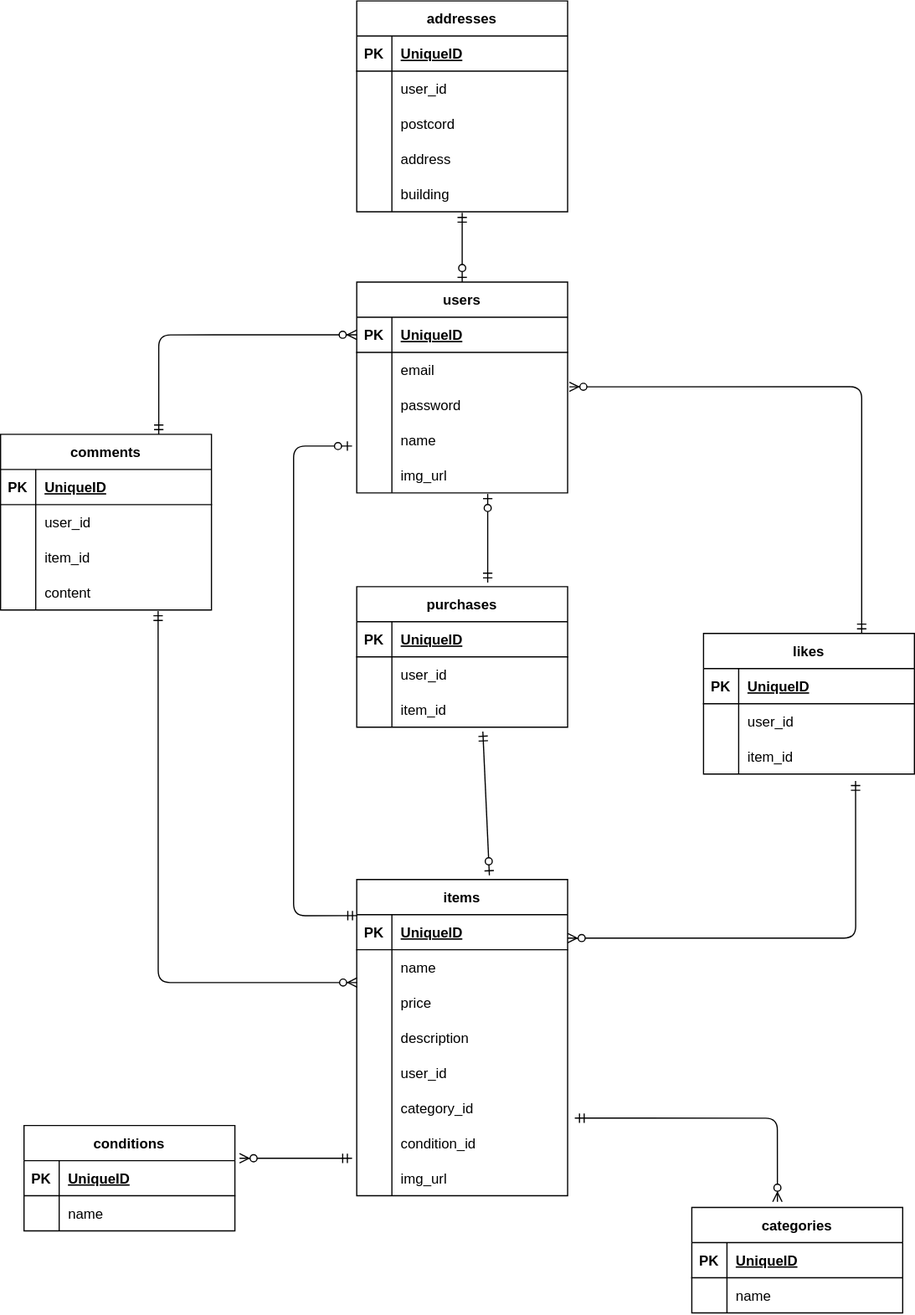
Earlier version of the draw.io export src/database/diagrams/er_diagram.svg (kobasikibo/coachtech-flea-market). Source tidied: cells renumbered, new cells last; positions are measured from the earlier drawing's top-left corner, leaving out a move shared by most shapes.
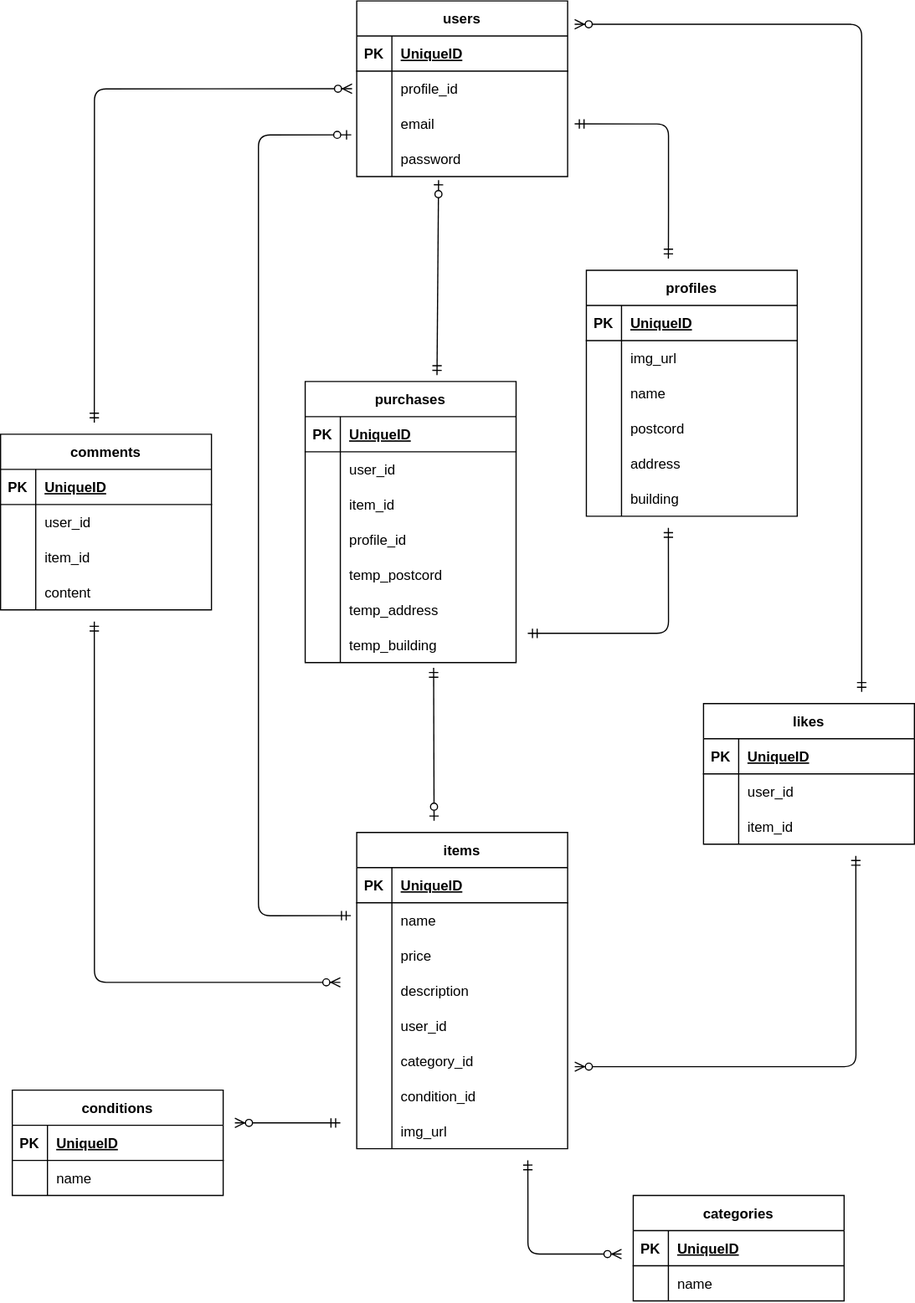
After the commit.

The edit, as a diff of the source:
```diff
@@ -5,3 +5,3 @@
     <mxCell id="2" value="users" style="shape=table;startSize=30;rowLines=0;fontStyle=1;align=center;" parent="1" vertex="1">
-      <mxGeometry x="304" y="240" width="180" height="180" as="geometry" />
+      <mxGeometry x="304" width="180" height="150" as="geometry" />
     </mxCell>
@@ -16,4 +16,13 @@
     </mxCell>
+    <mxCell id="116" style="shape=tableRow;horizontal=0;startSize=0;swimlaneHead=0;swimlaneBody=0;fillColor=none;top=0;left=0;right=0;bottom=0;" parent="2" vertex="1">
+      <mxGeometry y="60" width="180" height="30" as="geometry" />
+    </mxCell>
+    <mxCell id="117" style="shape=partialRectangle;fillColor=none;top=0;left=0;bottom=0;right=0;overflow=hidden;" parent="116" vertex="1">
+      <mxGeometry width="30" height="30" as="geometry" />
+    </mxCell>
+    <mxCell id="118" value="profile_id" style="shape=partialRectangle;fillColor=none;top=0;left=0;bottom=0;right=0;align=left;spacingLeft=6;overflow=hidden;" parent="116" vertex="1">
+      <mxGeometry x="30" width="150" height="30" as="geometry" />
+    </mxCell>
     <mxCell id="6" style="shape=tableRow;horizontal=0;startSize=0;swimlaneHead=0;swimlaneBody=0;fillColor=none;points=[[0,0.5],[1,0.5]];portConstraint=eastwest;top=0;left=0;right=0;bottom=0;" parent="2" vertex="1">
-      <mxGeometry y="60" width="180" height="30" as="geometry" />
+      <mxGeometry y="90" width="180" height="30" as="geometry" />
     </mxCell>
@@ -25,22 +34,4 @@
     </mxCell>
-    <mxCell id="9" style="shape=tableRow;horizontal=0;startSize=0;swimlaneHead=0;swimlaneBody=0;fillColor=none;top=0;left=0;right=0;bottom=0;" parent="2" vertex="1">
-      <mxGeometry y="90" width="180" height="30" as="geometry" />
-    </mxCell>
-    <mxCell id="10" style="shape=partialRectangle;fillColor=none;top=0;left=0;bottom=0;right=0;overflow=hidden;" parent="9" vertex="1">
-      <mxGeometry width="30" height="30" as="geometry" />
-    </mxCell>
-    <mxCell id="11" value="password" style="shape=partialRectangle;fillColor=none;top=0;left=0;bottom=0;right=0;align=left;spacingLeft=6;overflow=hidden;" parent="9" vertex="1">
-      <mxGeometry x="30" width="150" height="30" as="geometry" />
-    </mxCell>
-    <mxCell id="12" style="shape=tableRow;horizontal=0;startSize=0;swimlaneHead=0;swimlaneBody=0;fillColor=none;top=0;left=0;right=0;bottom=0;" parent="2" vertex="1">
-      <mxGeometry y="120" width="180" height="30" as="geometry" />
-    </mxCell>
-    <mxCell id="13" style="shape=partialRectangle;fillColor=none;top=0;left=0;bottom=0;right=0;overflow=hidden;" parent="12" vertex="1">
-      <mxGeometry width="30" height="30" as="geometry" />
-    </mxCell>
-    <mxCell id="14" value="name" style="shape=partialRectangle;fillColor=none;top=0;left=0;bottom=0;right=0;align=left;spacingLeft=6;overflow=hidden;" parent="12" vertex="1">
-      <mxGeometry x="30" width="150" height="30" as="geometry" />
-    </mxCell>
     <mxCell id="15" style="shape=tableRow;horizontal=0;startSize=0;swimlaneHead=0;swimlaneBody=0;fillColor=none;points=[[0,0.5],[1,0.5]];portConstraint=eastwest;top=0;left=0;right=0;bottom=0;" parent="2" vertex="1">
-      <mxGeometry y="150" width="180" height="30" as="geometry" />
+      <mxGeometry y="120" width="180" height="30" as="geometry" />
     </mxCell>
@@ -49,7 +40,7 @@
     </mxCell>
-    <mxCell id="17" value="img_url" style="shape=partialRectangle;fillColor=none;top=0;left=0;bottom=0;right=0;align=left;spacingLeft=6;overflow=hidden;" parent="15" vertex="1">
+    <mxCell id="17" value="password" style="shape=partialRectangle;fillColor=none;top=0;left=0;bottom=0;right=0;align=left;spacingLeft=6;overflow=hidden;" parent="15" vertex="1">
       <mxGeometry x="30" width="150" height="30" as="geometry" />
     </mxCell>
-    <mxCell id="18" value="addresses" style="shape=table;startSize=30;rowLines=0;fontStyle=1;align=center;" parent="1" vertex="1">
-      <mxGeometry x="304" width="180" height="180" as="geometry" />
+    <mxCell id="18" value="profiles" style="shape=table;startSize=30;rowLines=0;fontStyle=1;align=center;" parent="1" vertex="1">
+      <mxGeometry x="500" y="230" width="180" height="210" as="geometry" />
     </mxCell>
@@ -64,4 +55,13 @@
     </mxCell>
+    <mxCell id="119" style="shape=tableRow;horizontal=0;startSize=0;swimlaneHead=0;swimlaneBody=0;fillColor=none;top=0;left=0;right=0;bottom=0;" parent="18" vertex="1">
+      <mxGeometry y="60" width="180" height="30" as="geometry" />
+    </mxCell>
+    <mxCell id="120" style="shape=partialRectangle;fillColor=none;top=0;left=0;bottom=0;right=0;overflow=hidden;" parent="119" vertex="1">
+      <mxGeometry width="30" height="30" as="geometry" />
+    </mxCell>
+    <mxCell id="121" value="img_url" style="shape=partialRectangle;fillColor=none;top=0;left=0;bottom=0;right=0;align=left;spacingLeft=6;overflow=hidden;" parent="119" vertex="1">
+      <mxGeometry x="30" width="150" height="30" as="geometry" />
+    </mxCell>
     <mxCell id="22" style="shape=tableRow;horizontal=0;startSize=0;swimlaneHead=0;swimlaneBody=0;fillColor=none;top=0;left=0;right=0;bottom=0;" parent="18" vertex="1">
-      <mxGeometry y="60" width="180" height="30" as="geometry" />
+      <mxGeometry y="90" width="180" height="30" as="geometry" />
     </mxCell>
@@ -70,3 +70,3 @@
     </mxCell>
-    <mxCell id="24" value="user_id" style="shape=partialRectangle;fillColor=none;top=0;left=0;bottom=0;right=0;align=left;spacingLeft=6;overflow=hidden;" parent="22" vertex="1">
+    <mxCell id="24" value="name" style="shape=partialRectangle;fillColor=none;top=0;left=0;bottom=0;right=0;align=left;spacingLeft=6;overflow=hidden;" parent="22" vertex="1">
       <mxGeometry x="30" width="150" height="30" as="geometry" />
@@ -74,3 +74,3 @@
     <mxCell id="25" style="shape=tableRow;horizontal=0;startSize=0;swimlaneHead=0;swimlaneBody=0;fillColor=none;top=0;left=0;right=0;bottom=0;" parent="18" vertex="1">
-      <mxGeometry y="90" width="180" height="30" as="geometry" />
+      <mxGeometry y="120" width="180" height="30" as="geometry" />
     </mxCell>
@@ -83,3 +83,3 @@
     <mxCell id="28" style="shape=tableRow;horizontal=0;startSize=0;swimlaneHead=0;swimlaneBody=0;fillColor=none;top=0;left=0;right=0;bottom=0;" parent="18" vertex="1">
-      <mxGeometry y="120" width="180" height="30" as="geometry" />
+      <mxGeometry y="150" width="180" height="30" as="geometry" />
     </mxCell>
@@ -92,3 +92,3 @@
     <mxCell id="31" style="shape=tableRow;horizontal=0;startSize=0;swimlaneHead=0;swimlaneBody=0;fillColor=none;points=[[0,0.5],[1,0.5]];portConstraint=eastwest;top=0;left=0;right=0;bottom=0;" parent="18" vertex="1">
-      <mxGeometry y="150" width="180" height="30" as="geometry" />
+      <mxGeometry y="180" width="180" height="30" as="geometry" />
     </mxCell>
@@ -101,3 +101,3 @@
     <mxCell id="34" value="likes" style="shape=table;startSize=30;rowLines=0;fontStyle=1;align=center;" parent="1" vertex="1">
-      <mxGeometry x="600" y="540" width="180" height="120" as="geometry" />
+      <mxGeometry x="600" y="600" width="180" height="120" as="geometry" />
     </mxCell>
@@ -170,3 +170,3 @@
     <mxCell id="57" value="items" style="shape=table;startSize=30;rowLines=0;fontStyle=1;align=center;" parent="1" vertex="1">
-      <mxGeometry x="304" y="750" width="180" height="270" as="geometry" />
+      <mxGeometry x="304" y="710" width="180" height="270" as="geometry" />
     </mxCell>
@@ -245,3 +245,3 @@
     <mxCell id="82" value="conditions" style="shape=table;startSize=30;rowLines=0;fontStyle=1;align=center;" parent="1" vertex="1">
-      <mxGeometry x="20" y="960" width="180" height="90" as="geometry" />
+      <mxGeometry x="10" y="930" width="180" height="90" as="geometry" />
     </mxCell>
@@ -266,3 +266,3 @@
     <mxCell id="89" value="categories" style="shape=table;startSize=30;rowLines=0;fontStyle=1;align=center;" parent="1" vertex="1">
-      <mxGeometry x="590" y="1030" width="180" height="90" as="geometry" />
+      <mxGeometry x="540" y="1020" width="180" height="90" as="geometry" />
     </mxCell>
@@ -286,18 +286,25 @@
     </mxCell>
-    <mxCell id="96" style="fontSize=12;html=1;endArrow=ERzeroToOne;startArrow=ERmandOne;entryX=0.5;entryY=0;entryDx=0;entryDy=0;exitX=0.5;exitY=1.029;exitDx=0;exitDy=0;exitPerimeter=0;" parent="1" edge="1" source="31" target="2">
-      <mxGeometry relative="1" as="geometry" />
-    </mxCell>
-    <mxCell id="97" style="fontSize=12;html=1;endArrow=ERzeroToMany;startArrow=ERmandOne;entryX=1.022;entryY=-0.067;entryDx=0;entryDy=0;entryPerimeter=0;" parent="1" edge="1" target="83">
+    <mxCell id="97" style="fontSize=12;html=1;endArrow=ERzeroToMany;startArrow=ERmandOne;" parent="1" edge="1">
       <mxGeometry relative="1" as="geometry">
-        <mxPoint x="300" y="988" as="sourcePoint" />
+        <mxPoint x="290" y="958" as="sourcePoint" />
+        <mxPoint x="200" y="958" as="targetPoint" />
       </mxGeometry>
     </mxCell>
-    <mxCell id="98" style="fontSize=12;html=1;endArrow=ERzeroToMany;startArrow=ERmandOne;elbow=horizontal;entryX=0.406;entryY=-0.054;entryDx=0;entryDy=0;entryPerimeter=0;exitX=1.034;exitY=-0.21;exitDx=0;exitDy=0;exitPerimeter=0;edgeStyle=orthogonalEdgeStyle;" parent="1" edge="1" source="76" target="89">
-      <mxGeometry relative="1" as="geometry" />
+    <mxCell id="98" style="fontSize=12;html=1;endArrow=ERzeroToMany;startArrow=ERmandOne;elbow=horizontal;edgeStyle=orthogonalEdgeStyle;" parent="1" edge="1">
+      <mxGeometry relative="1" as="geometry">
+        <mxPoint x="450" y="990" as="sourcePoint" />
+        <mxPoint x="530" y="1070" as="targetPoint" />
+        <Array as="points">
+          <mxPoint x="450" y="1010" />
+          <mxPoint x="450" y="1070" />
+        </Array>
+      </mxGeometry>
     </mxCell>
-    <mxCell id="99" style="fontSize=12;html=1;endArrow=ERzeroToMany;startArrow=ERmandOne;elbow=vertical;exitX=0.721;exitY=1.195;exitDx=0;exitDy=0;exitPerimeter=0;edgeStyle=orthogonalEdgeStyle;" parent="1" edge="1" source="41">
+    <mxCell id="99" style="fontSize=12;html=1;endArrow=ERzeroToMany;startArrow=ERmandOne;elbow=vertical;edgeStyle=orthogonalEdgeStyle;" parent="1" edge="1">
       <mxGeometry relative="1" as="geometry">
-        <mxPoint x="484" y="800" as="targetPoint" />
+        <mxPoint x="730" y="730" as="sourcePoint" />
+        <mxPoint x="490" y="910" as="targetPoint" />
         <Array as="points">
-          <mxPoint x="730" y="800" />
+          <mxPoint x="730" y="910" />
+          <mxPoint x="490" y="910" />
         </Array>
@@ -305,6 +312,8 @@
     </mxCell>
-    <mxCell id="100" style="fontSize=12;html=1;endArrow=ERzeroToMany;startArrow=ERmandOne;elbow=vertical;entryX=1.008;entryY=0.981;entryDx=0;entryDy=0;entryPerimeter=0;exitX=0.75;exitY=0;exitDx=0;exitDy=0;edgeStyle=orthogonalEdgeStyle;" parent="1" edge="1" source="34" target="6">
+    <mxCell id="100" style="fontSize=12;html=1;endArrow=ERzeroToMany;startArrow=ERmandOne;elbow=vertical;edgeStyle=orthogonalEdgeStyle;" parent="1" edge="1">
       <mxGeometry relative="1" as="geometry">
+        <mxPoint x="735" y="590" as="sourcePoint" />
+        <mxPoint x="490" y="20" as="targetPoint" />
         <Array as="points">
-          <mxPoint x="735" y="329" />
+          <mxPoint x="735" y="20" />
         </Array>
@@ -312,14 +321,26 @@
     </mxCell>
-    <mxCell id="101" style="fontSize=12;html=1;endArrow=ERzeroToMany;startArrow=ERmandOne;elbow=vertical;entryX=0;entryY=0.5;entryDx=0;entryDy=0;exitX=0.75;exitY=0;exitDx=0;exitDy=0;edgeStyle=orthogonalEdgeStyle;" parent="1" edge="1" source="44" target="3">
-      <mxGeometry relative="1" as="geometry" />
+    <mxCell id="101" style="fontSize=12;html=1;endArrow=ERzeroToMany;startArrow=ERmandOne;elbow=vertical;edgeStyle=orthogonalEdgeStyle;" parent="1" edge="1">
+      <mxGeometry relative="1" as="geometry">
+        <mxPoint x="80" y="360" as="sourcePoint" />
+        <mxPoint x="300" y="75" as="targetPoint" />
+        <Array as="points">
+          <mxPoint x="80" y="75" />
+        </Array>
+      </mxGeometry>
     </mxCell>
-    <mxCell id="102" style="fontSize=12;html=1;endArrow=ERzeroToMany;startArrow=ERmandOne;elbow=vertical;exitX=0.747;exitY=1.029;exitDx=0;exitDy=0;exitPerimeter=0;entryX=0.002;entryY=-0.067;entryDx=0;entryDy=0;entryPerimeter=0;edgeStyle=orthogonalEdgeStyle;" parent="1" edge="1" source="54" target="64">
-      <mxGeometry relative="1" as="geometry" />
+    <mxCell id="102" style="fontSize=12;html=1;endArrow=ERzeroToMany;startArrow=ERmandOne;elbow=vertical;edgeStyle=orthogonalEdgeStyle;" parent="1" edge="1">
+      <mxGeometry relative="1" as="geometry">
+        <mxPoint x="80" y="530" as="sourcePoint" />
+        <mxPoint x="290" y="838" as="targetPoint" />
+        <Array as="points">
+          <mxPoint x="80" y="838" />
+        </Array>
+      </mxGeometry>
     </mxCell>
-    <mxCell id="103" style="fontSize=12;html=1;endArrow=ERzeroToOne;startArrow=ERmandOne;elbow=vertical;exitX=0.002;exitY=0.029;exitDx=0;exitDy=0;exitPerimeter=0;edgeStyle=orthogonalEdgeStyle;" parent="1" edge="1" source="58">
+    <mxCell id="103" style="fontSize=12;html=1;endArrow=ERzeroToOne;startArrow=ERmandOne;elbow=vertical;entryX=-0.026;entryY=-0.188;entryDx=0;entryDy=0;entryPerimeter=0;edgeStyle=orthogonalEdgeStyle;" parent="1" edge="1" target="15">
       <mxGeometry relative="1" as="geometry">
-        <mxPoint x="300" y="380" as="targetPoint" />
+        <mxPoint x="299" y="781" as="sourcePoint" />
         <Array as="points">
-          <mxPoint x="250" y="781" />
-          <mxPoint x="250" y="380" />
+          <mxPoint x="220" y="781" />
+          <mxPoint x="220" y="114" />
         </Array>
@@ -328,3 +349,3 @@
     <mxCell id="104" value="purchases" style="shape=table;startSize=30;rowLines=0;fontStyle=1;align=center;" parent="1" vertex="1">
-      <mxGeometry x="304" y="500" width="180" height="120" as="geometry" />
+      <mxGeometry x="260" y="325" width="180" height="240" as="geometry" />
     </mxCell>
@@ -357,8 +378,65 @@
     </mxCell>
+    <mxCell id="12" style="shape=tableRow;horizontal=0;startSize=0;swimlaneHead=0;swimlaneBody=0;fillColor=none;top=0;left=0;right=0;bottom=0;" parent="104" vertex="1">
+      <mxGeometry y="120" width="180" height="30" as="geometry" />
+    </mxCell>
+    <mxCell id="122" style="shape=partialRectangle;fillColor=none;top=0;left=0;bottom=0;right=0;overflow=hidden;" parent="12" vertex="1">
+      <mxGeometry width="30" height="30" as="geometry" />
+    </mxCell>
+    <mxCell id="123" value="profile_id" style="shape=partialRectangle;fillColor=none;top=0;left=0;bottom=0;right=0;align=left;spacingLeft=6;overflow=hidden;" parent="12" vertex="1">
+      <mxGeometry x="30" width="150" height="30" as="geometry" />
+    </mxCell>
+    <mxCell id="124" style="shape=tableRow;horizontal=0;startSize=0;swimlaneHead=0;swimlaneBody=0;fillColor=none;top=0;left=0;right=0;bottom=0;" parent="104" vertex="1">
+      <mxGeometry y="150" width="180" height="30" as="geometry" />
+    </mxCell>
+    <mxCell id="125" style="shape=partialRectangle;fillColor=none;top=0;left=0;bottom=0;right=0;overflow=hidden;" parent="124" vertex="1">
+      <mxGeometry width="30" height="30" as="geometry" />
+    </mxCell>
+    <mxCell id="126" value="temp_postcord" style="shape=partialRectangle;fillColor=none;top=0;left=0;bottom=0;right=0;align=left;spacingLeft=6;overflow=hidden;" parent="124" vertex="1">
+      <mxGeometry x="30" width="150" height="30" as="geometry" />
+    </mxCell>
+    <mxCell id="127" style="shape=tableRow;horizontal=0;startSize=0;swimlaneHead=0;swimlaneBody=0;fillColor=none;top=0;left=0;right=0;bottom=0;" parent="104" vertex="1">
+      <mxGeometry y="180" width="180" height="30" as="geometry" />
+    </mxCell>
+    <mxCell id="128" style="shape=partialRectangle;fillColor=none;top=0;left=0;bottom=0;right=0;overflow=hidden;" parent="127" vertex="1">
+      <mxGeometry width="30" height="30" as="geometry" />
+    </mxCell>
+    <mxCell id="129" value="temp_address" style="shape=partialRectangle;fillColor=none;top=0;left=0;bottom=0;right=0;align=left;spacingLeft=6;overflow=hidden;" parent="127" vertex="1">
+      <mxGeometry x="30" width="150" height="30" as="geometry" />
+    </mxCell>
+    <mxCell id="130" style="shape=tableRow;horizontal=0;startSize=0;swimlaneHead=0;swimlaneBody=0;fillColor=none;points=[[0,0.5],[1,0.5]];portConstraint=eastwest;top=0;left=0;right=0;bottom=0;" parent="104" vertex="1">
+      <mxGeometry y="210" width="180" height="30" as="geometry" />
+    </mxCell>
+    <mxCell id="131" style="shape=partialRectangle;fillColor=none;top=0;left=0;bottom=0;right=0;overflow=hidden;" parent="130" vertex="1">
+      <mxGeometry width="30" height="30" as="geometry" />
+    </mxCell>
+    <mxCell id="132" value="temp_building" style="shape=partialRectangle;fillColor=none;top=0;left=0;bottom=0;right=0;align=left;spacingLeft=6;overflow=hidden;" parent="130" vertex="1">
+      <mxGeometry x="30" width="150" height="30" as="geometry" />
+    </mxCell>
-    <mxCell id="114" style="fontSize=12;html=1;endArrow=ERzeroToOne;startArrow=ERmandOne;elbow=vertical;exitX=0.621;exitY=-0.029;exitDx=0;exitDy=0;entryX=0.621;entryY=1.029;entryDx=0;entryDy=0;entryPerimeter=0;exitPerimeter=0;" parent="1" edge="1" source="104" target="15">
+    <mxCell id="114" style="fontSize=12;html=1;endArrow=ERzeroToOne;startArrow=ERmandOne;elbow=vertical;exitX=0.625;exitY=-0.023;exitDx=0;exitDy=0;entryX=0.388;entryY=1.1;entryDx=0;entryDy=0;entryPerimeter=0;exitPerimeter=0;" parent="1" edge="1" source="104" target="15">
       <mxGeometry relative="1" as="geometry" />
     </mxCell>
-    <mxCell id="115" style="fontSize=12;html=1;endArrow=ERzeroToOne;startArrow=ERmandOne;elbow=vertical;entryX=0.629;entryY=-0.013;entryDx=0;entryDy=0;entryPerimeter=0;exitX=0.598;exitY=1.124;exitDx=0;exitDy=0;exitPerimeter=0;" parent="1" edge="1" source="111" target="57">
-      <mxGeometry relative="1" as="geometry" />
+    <mxCell id="115" style="fontSize=12;html=1;endArrow=ERzeroToOne;startArrow=ERmandOne;elbow=vertical;exitX=0.609;exitY=1.148;exitDx=0;exitDy=0;exitPerimeter=0;" parent="1" edge="1" source="130">
+      <mxGeometry relative="1" as="geometry">
+        <mxPoint x="370" y="700" as="targetPoint" />
+      </mxGeometry>
     </mxCell>
+    <mxCell id="133" style="fontSize=12;html=1;endArrow=ERmandOne;startArrow=ERmandOne;elbow=vertical;edgeStyle=orthogonalEdgeStyle;" parent="1" edge="1">
+      <mxGeometry relative="1" as="geometry">
+        <mxPoint x="490" y="105" as="sourcePoint" />
+        <mxPoint x="570" y="220" as="targetPoint" />
+        <Array as="points">
+          <mxPoint x="570" y="105" />
+          <mxPoint x="570" y="190" />
+        </Array>
+      </mxGeometry>
+    </mxCell>
+    <mxCell id="134" style="fontSize=12;html=1;endArrow=ERmandOne;startArrow=ERmandOne;elbow=vertical;edgeStyle=orthogonalEdgeStyle;" parent="1" edge="1">
+      <mxGeometry relative="1" as="geometry">
+        <mxPoint x="450" y="540" as="sourcePoint" />
+        <mxPoint x="570" y="450" as="targetPoint" />
+        <Array as="points">
+          <mxPoint x="570" y="540" />
+        </Array>
+      </mxGeometry>
+    </mxCell>
   </root>
```
